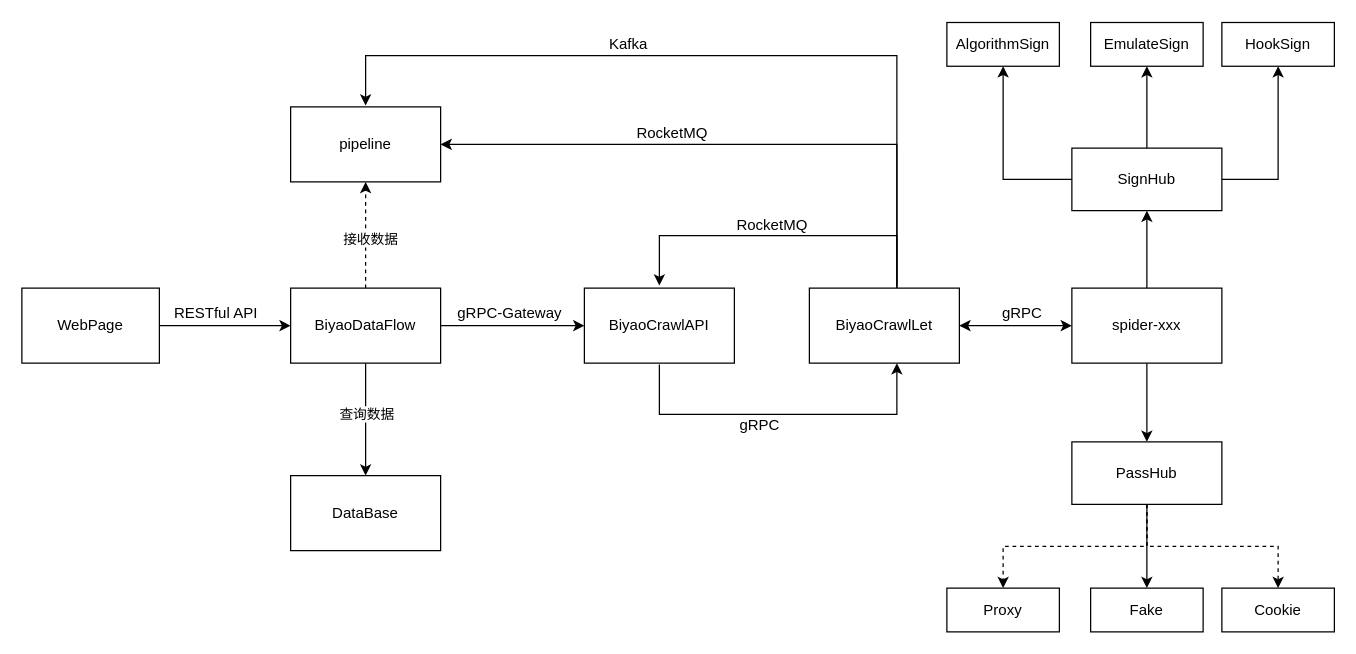
The draw.io diagram Untitled Diagram.drawio in fovegage/argocd-lab, before the edit. Source tidied: cells renumbered, new cells numbered last; positions are measured from the earlier drawing's top-left corner, leaving out a move shared by most shapes. Both pictures are drawn from the tidied source at 125%, with x=0, y=0 at pixel (21, 22).
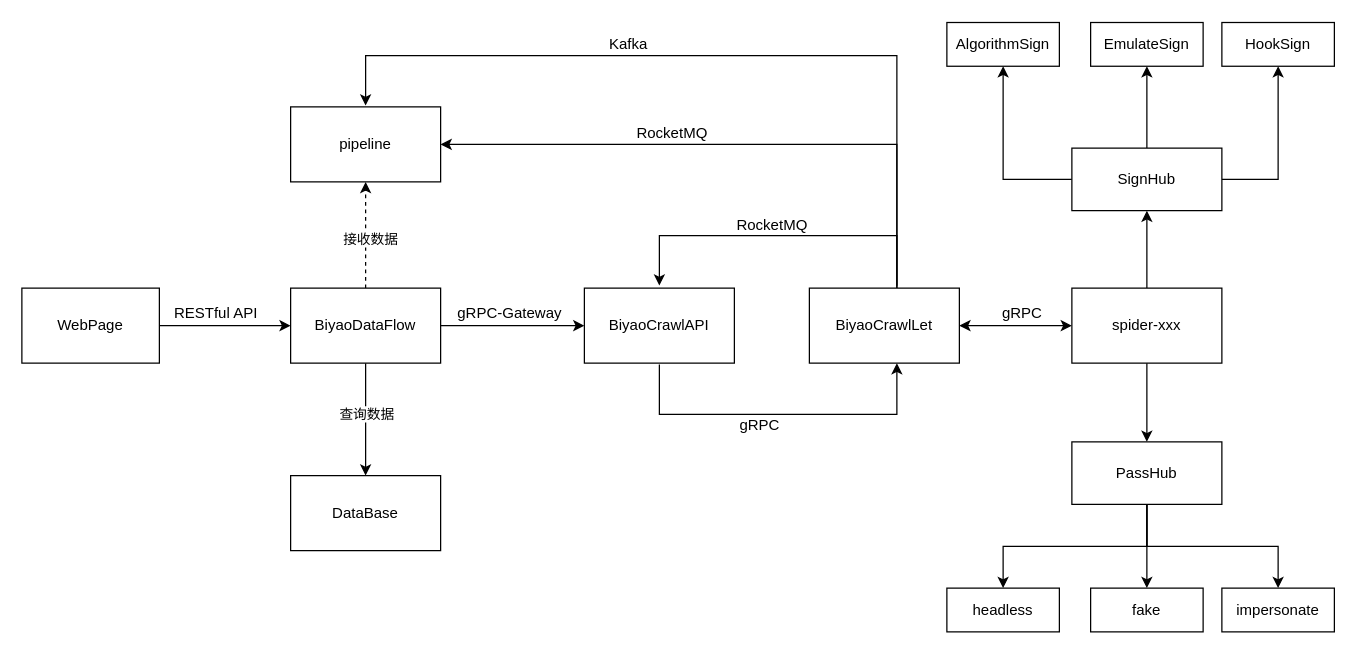
The same diagram, later.

Unchanged cells that the change refers to:
```xml
<mxCell id="34" value="PassHub" style="rounded=0;whiteSpace=wrap;html=1;" parent="1" vertex="1">
  <mxGeometry x="840" y="335" width="120" height="50" as="geometry" />
</mxCell>
```

Diff of the diagram source:
```diff
@@
-    <mxCell id="31" style="edgeStyle=orthogonalEdgeStyle;rounded=0;jettySize=auto;html=1;exitX=0.5;exitY=1;exitDx=0;exitDy=0;dashed=1;" parent="1" edge="1" source="34" target="38">
+    <mxCell id="31" style="edgeStyle=orthogonalEdgeStyle;rounded=0;jettySize=auto;html=1;exitX=0.5;exitY=1;exitDx=0;exitDy=0;" parent="1" edge="1" source="34" target="38">
       <mxGeometry relative="1" as="geometry" />
     </mxCell>
-    <mxCell id="32" style="edgeStyle=orthogonalEdgeStyle;rounded=0;jettySize=auto;html=1;entryX=0.5;entryY=0;entryDx=0;entryDy=0;dashed=1;" parent="1" edge="1" source="34" target="39">
+    <mxCell id="32" style="edgeStyle=orthogonalEdgeStyle;rounded=0;jettySize=auto;html=1;entryX=0.5;entryY=0;entryDx=0;entryDy=0;" parent="1" edge="1" source="34" target="39">
       <mxGeometry relative="1" as="geometry" />
     </mxCell>
@@
-    <mxCell id="38" value="Proxy" style="rounded=0;whiteSpace=wrap;html=1;" parent="1" vertex="1">
+    <mxCell id="38" value="headless" style="rounded=0;whiteSpace=wrap;html=1;" parent="1" vertex="1">
       <mxGeometry x="740" y="452" width="90" height="35" as="geometry" />
     </mxCell>
-    <mxCell id="39" value="Cookie" style="rounded=0;whiteSpace=wrap;html=1;" parent="1" vertex="1">
+    <mxCell id="39" value="impersonate" style="rounded=0;whiteSpace=wrap;html=1;" parent="1" vertex="1">
       <mxGeometry x="960" y="452" width="90" height="35" as="geometry" />
     </mxCell>
@@
-    <mxCell id="41" value="Fake" style="rounded=0;whiteSpace=wrap;html=1;" parent="1" vertex="1">
+    <mxCell id="41" value="fake" style="rounded=0;whiteSpace=wrap;html=1;" parent="1" vertex="1">
       <mxGeometry x="855" y="452" width="90" height="35" as="geometry" />
     </mxCell>
```
